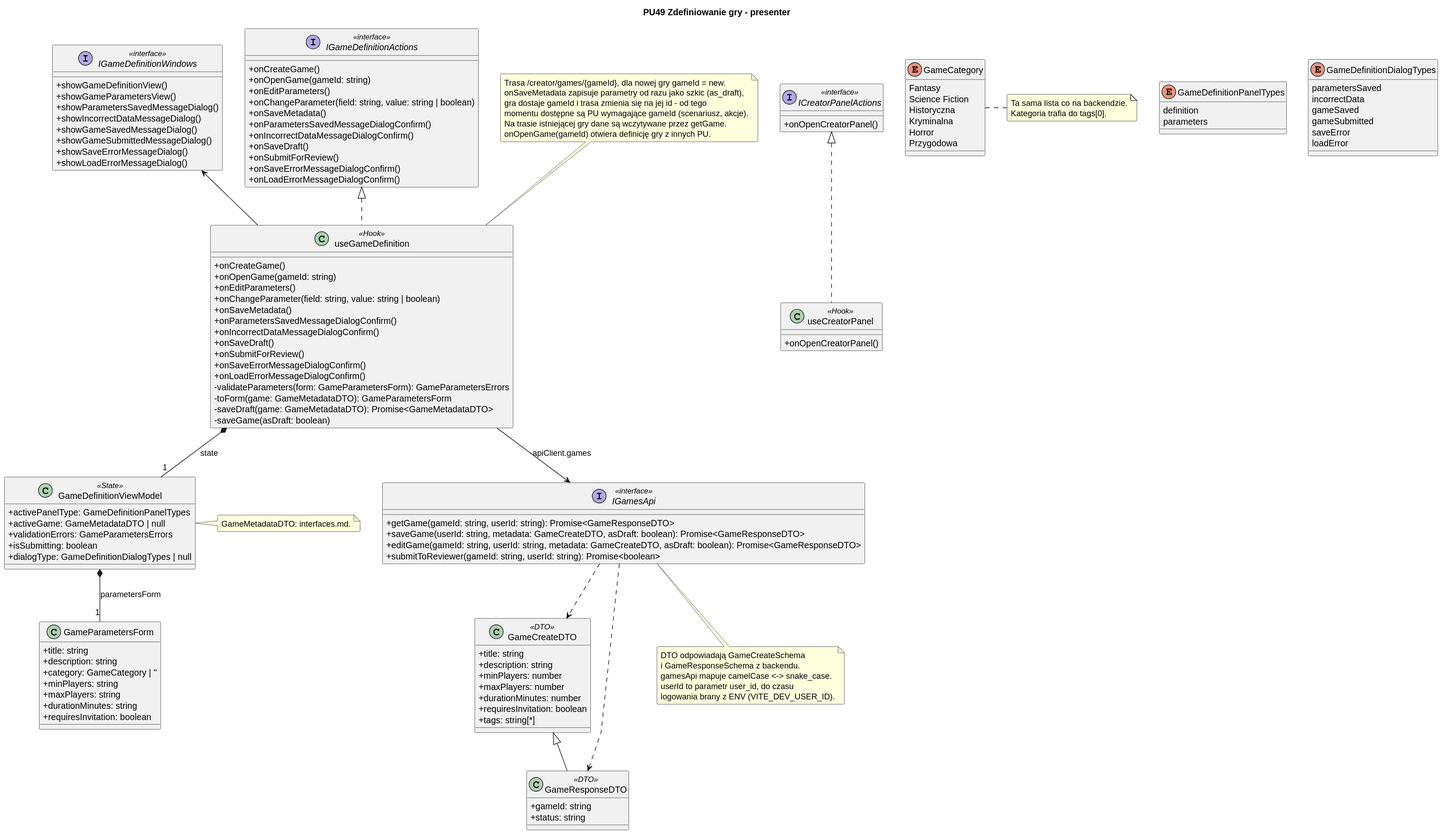
Earlier version of the PlantUML export diagrams/frontend/rendered/game-definition-presenter.svg (Igor-Ochocki/POP-2026Z).
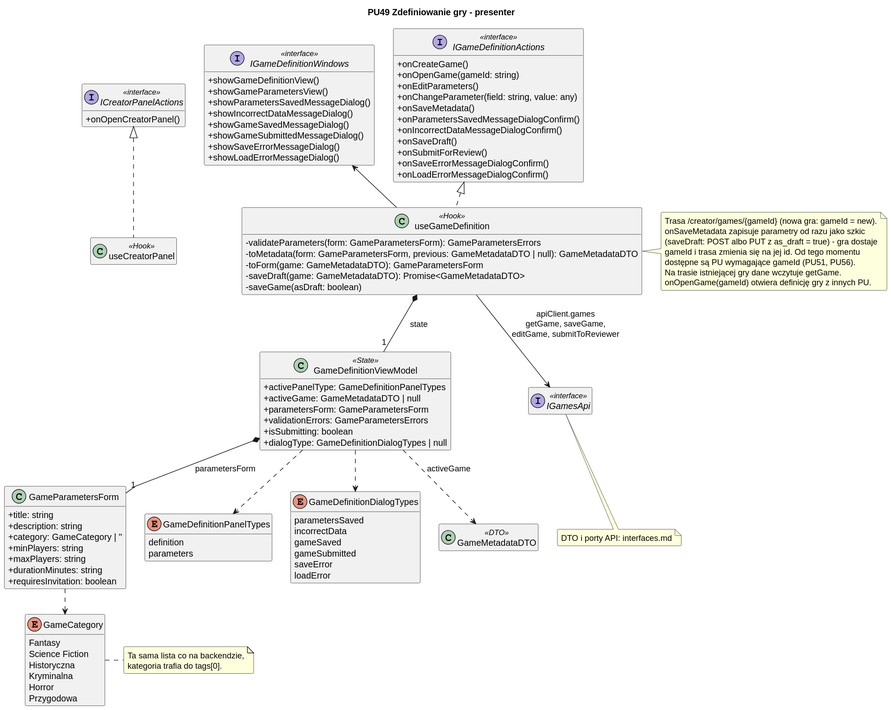
Later version of the same file.

Diff of the diagram source:
```diff
@@ -4,32 +4,17 @@
 skinparam shadowing false
 skinparam roundcorner 4
 skinparam linetype polyline
+skinparam nodesep 30
+skinparam ranksep 40
+hide empty members
 
 title PU49 Zdefiniowanie gry - presenter
-
-class useGameDefinition <<Hook>> {
-    + onCreateGame()
-    + onOpenGame(gameId: string)
-    + onEditParameters()
-    + onChangeParameter(field: string, value: string | boolean)
-    + onSaveMetadata()
-    + onParametersSavedMessageDialogConfirm()
-    + onIncorrectDataMessageDialogConfirm()
-    + onSaveDraft()
-    + onSubmitForReview()
-    + onSaveErrorMessageDialogConfirm()
-    + onLoadErrorMessageDialogConfirm()
-    - validateParameters(form: GameParametersForm): GameParametersErrors
-    - toForm(game: GameMetadataDTO): GameParametersForm
-    - saveDraft(game: GameMetadataDTO): Promise<GameMetadataDTO>
-    - saveGame(asDraft: boolean)
-}
 
 interface IGameDefinitionActions <<interface>> {
     + onCreateGame()
     + onOpenGame(gameId: string)
     + onEditParameters()
-    + onChangeParameter(field: string, value: string | boolean)
+    + onChangeParameter(field: string, value: any)
     + onSaveMetadata()
     + onParametersSavedMessageDialogConfirm()
     + onIncorrectDataMessageDialogConfirm()
@@ -50,42 +35,37 @@
     + showLoadErrorMessageDialog()
 }
 
+class useGameDefinition <<Hook>> {
+    - validateParameters(form: GameParametersForm): GameParametersErrors
+    - toMetadata(form: GameParametersForm, previous: GameMetadataDTO | null): GameMetadataDTO
+    - toForm(game: GameMetadataDTO): GameParametersForm
+    - saveDraft(game: GameMetadataDTO): Promise<GameMetadataDTO>
+    - saveGame(asDraft: boolean)
+}
+
 interface ICreatorPanelActions <<interface>> {
     + onOpenCreatorPanel()
 }
 
-class useCreatorPanel <<Hook>> {
-    + onOpenCreatorPanel()
-}
-
-interface IGamesApi <<interface>> {
-    + getGame(gameId: string, userId: string): Promise<GameResponseDTO>
-    + saveGame(userId: string, metadata: GameCreateDTO, asDraft: boolean): Promise<GameResponseDTO>
-    + editGame(gameId: string, userId: string, metadata: GameCreateDTO, asDraft: boolean): Promise<GameResponseDTO>
-    + submitToReviewer(gameId: string, userId: string): Promise<boolean>
-}
-
-class GameCreateDTO <<DTO>> {
-    + title: string
-    + description: string
-    + minPlayers: number
-    + maxPlayers: number
-    + durationMinutes: number
-    + requiresInvitation: boolean
-    + tags: string[*]
-}
-
-class GameResponseDTO <<DTO>> {
-    + gameId: string
-    + status: string
-}
+class useCreatorPanel <<Hook>>
 
 class GameDefinitionViewModel <<State>> {
     + activePanelType: GameDefinitionPanelTypes
     + activeGame: GameMetadataDTO | null
+    + parametersForm: GameParametersForm
     + validationErrors: GameParametersErrors
     + isSubmitting: boolean
     + dialogType: GameDefinitionDialogTypes | null
+}
+
+class GameParametersForm {
+    + title: string
+    + description: string
+    + category: GameCategory | ''
+    + minPlayers: string
+    + maxPlayers: string
+    + durationMinutes: string
+    + requiresInvitation: boolean
 }
 
 enum GameDefinitionPanelTypes {
@@ -102,16 +82,6 @@
     loadError
 }
 
-class GameParametersForm {
-    + title: string
-    + description: string
-    + category: GameCategory | ''
-    + minPlayers: string
-    + maxPlayers: string
-    + durationMinutes: string
-    + requiresInvitation: boolean
-}
-
 enum GameCategory {
     Fantasy
     Science Fiction
@@ -121,40 +91,36 @@
     Przygodowa
 }
 
+interface IGamesApi <<interface>>
+class GameMetadataDTO <<DTO>>
+
 useGameDefinition .u.|> IGameDefinitionActions
 useGameDefinition -u-> IGameDefinitionWindows
 useCreatorPanel .u.|> ICreatorPanelActions
-useGameDefinition --> IGamesApi : apiClient.games
 useGameDefinition *-- "1" GameDefinitionViewModel : state
+GameDefinitionViewModel *-- "1" GameParametersForm : parametersForm
+GameDefinitionViewModel ..> GameDefinitionPanelTypes
+GameDefinitionViewModel ..> GameDefinitionDialogTypes
+GameDefinitionViewModel ..> GameMetadataDTO : activeGame
+GameParametersForm ..> GameCategory
+useGameDefinition --> IGamesApi : apiClient.games\ngetGame, saveGame,\neditGame, submitToReviewer
 
-GameDefinitionViewModel *-- "1" GameParametersForm : parametersForm
-GameResponseDTO -u-|> GameCreateDTO
-IGamesApi ..> GameCreateDTO
-IGamesApi ..> GameResponseDTO
-
-note top of useGameDefinition
-    Trasa /creator/games/{gameId}, dla nowej gry gameId = new.
-    onSaveMetadata zapisuje parametry od razu jako szkic (as_draft),
-    gra dostaje gameId i trasa zmienia się na jej id - od tego
-    momentu dostępne są PU wymagające gameId (scenariusz, akcje).
-    Na trasie istniejącej gry dane są wczytywane przez getGame.
+note right of useGameDefinition
+    Trasa /creator/games/{gameId} (nowa gra: gameId = new).
+    onSaveMetadata zapisuje parametry od razu jako szkic
+    (saveDraft: POST albo PUT z as_draft = true) - gra dostaje
+    gameId i trasa zmienia się na jej id. Od tego momentu
+    dostępne są PU wymagające gameId (PU51, PU56).
+    Na trasie istniejącej gry dane wczytuje getGame.
     onOpenGame(gameId) otwiera definicję gry z innych PU.
 end note
 
-note right of GameDefinitionViewModel
-    GameMetadataDTO: interfaces.md.
+note bottom of IGamesApi
+    DTO i porty API: interfaces.md
 end note
 
 note right of GameCategory
-    Ta sama lista co na backendzie.
-    Kategoria trafia do tags[0].
-end note
-
-note bottom of IGamesApi
-    DTO odpowiadają GameCreateSchema
-    i GameResponseSchema z backendu.
-    gamesApi mapuje camelCase <-> snake_case.
-    userId to parametr user_id, do czasu
-    logowania brany z ENV (VITE_DEV_USER_ID).
+    Ta sama lista co na backendzie,
+    kategoria trafia do tags[0].
 end note
 @enduml
```
